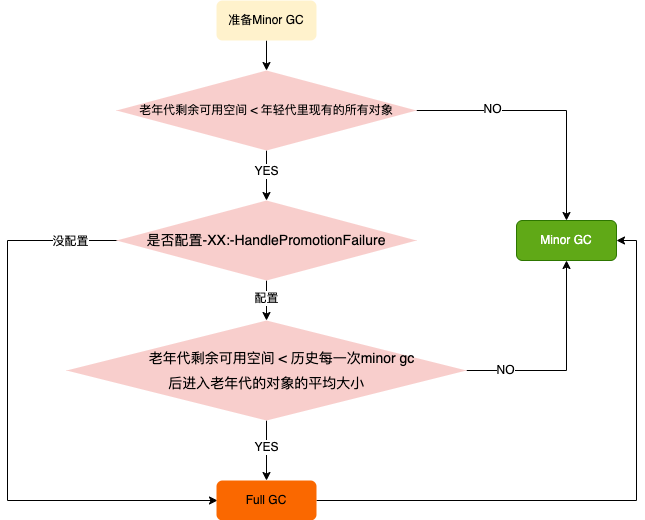
Above: java/jvm/JVM-老年代空间担保机制.drawio.png in lihongyiyi/tech-visuals (draw.io), before the change. Source tidied: cells renumbered, new cells last; positions are measured from the earlier drawing's top-left corner, leaving out a move shared by most shapes.
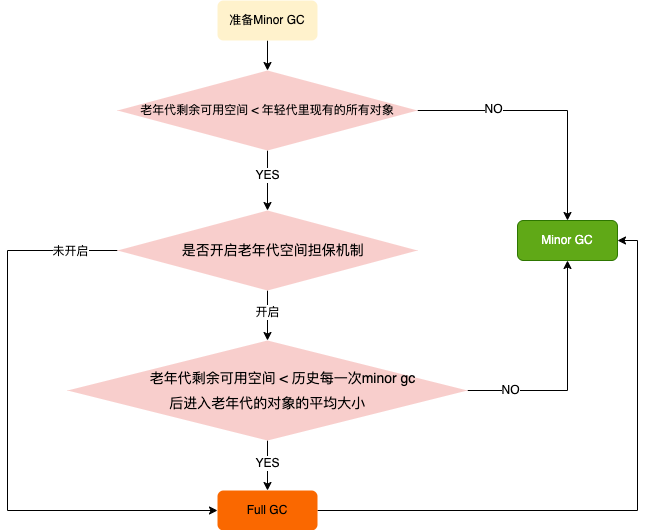
The same diagram one commit later.

Commit message:
更新JVM-老年代空间担保机制.drawio.png

Change to the diagram source:
```diff
@@ -26,26 +26,26 @@
     <mxCell id="9" style="edgeStyle=orthogonalEdgeStyle;rounded=0;jettySize=auto;html=1;" parent="1" edge="1" source="13" target="18">
       <mxGeometry relative="1" as="geometry" />
     </mxCell>
-    <mxCell id="10" value="配置" style="edgeLabel;html=1;align=center;verticalAlign=middle;" parent="9" vertex="1">
+    <mxCell id="10" value="开启" style="edgeLabel;html=1;align=center;verticalAlign=middle;" parent="9" vertex="1">
       <mxGeometry x="-0.15" y="-1" relative="1" as="geometry" />
     </mxCell>
     <mxCell id="11" style="edgeStyle=orthogonalEdgeStyle;rounded=0;orthogonalLoop=1;jettySize=auto;html=1;entryX=0;entryY=0.75;entryDx=0;entryDy=0;exitX=0;exitY=0.5;exitDx=0;exitDy=0;" parent="1" edge="1">
       <mxGeometry relative="1" as="geometry">
-        <mxPoint x="110" y="240" as="sourcePoint" />
-        <mxPoint x="210" y="500" as="targetPoint" />
+        <mxPoint x="109" y="250" as="sourcePoint" />
+        <mxPoint x="209" y="510" as="targetPoint" />
         <Array as="points">
-          <mxPoint y="240" />
-          <mxPoint y="500" />
+          <mxPoint x="-1" y="250" />
+          <mxPoint x="-1" y="510" />
         </Array>
       </mxGeometry>
     </mxCell>
-    <mxCell id="12" value="没配置" style="edgeLabel;html=1;align=center;verticalAlign=middle;" parent="11" vertex="1">
+    <mxCell id="12" value="未开启" style="edgeLabel;html=1;align=center;verticalAlign=middle;" parent="11" vertex="1">
       <mxGeometry x="-0.83" y="3" relative="1" as="geometry">
         <mxPoint y="-3" as="offset" />
       </mxGeometry>
     </mxCell>
-    <mxCell id="13" value="&lt;div style=&quot;line-height: 1.75; font-size: 14px; text-align: left;&quot;&gt;是否配置-XX:-HandlePromotionFailure&lt;/div&gt;" style="rhombus;whiteSpace=wrap;html=1;fillColor=#f8cecc;strokeColor=none;" parent="1" vertex="1">
-      <mxGeometry x="109" y="200" width="300" height="80" as="geometry" />
+    <mxCell id="13" value="&lt;div style=&quot;line-height: 1.75; font-size: 14px; text-align: left;&quot;&gt;&amp;nbsp; &amp;nbsp;是否开启老年代空间担保机制&lt;/div&gt;" style="rhombus;whiteSpace=wrap;html=1;fillColor=#f8cecc;strokeColor=none;" parent="1" vertex="1">
+      <mxGeometry x="109" y="210" width="300" height="80" as="geometry" />
     </mxCell>
     <mxCell id="14" style="edgeStyle=orthogonalEdgeStyle;rounded=0;jettySize=auto;html=1;" parent="1" edge="1" source="18" target="20">
       <mxGeometry relative="1" as="geometry" />
@@ -60,13 +60,13 @@
       <mxGeometry x="-0.64" y="1" relative="1" as="geometry" />
     </mxCell>
     <mxCell id="18" value="&lt;div style=&quot;line-height: 1.75; font-size: 14px; text-align: left;&quot;&gt;&amp;nbsp; &amp;nbsp; &amp;nbsp; &amp;nbsp; 老年代剩余可用空间 &amp;lt; 历史每一次minor gc&lt;/div&gt;&lt;div style=&quot;line-height: 1.75; text-align: left;&quot;&gt;&lt;span style=&quot;font-size: 14px;&quot;&gt;&amp;nbsp; &amp;nbsp; &amp;nbsp; &amp;nbsp; &amp;nbsp; &amp;nbsp; &amp;nbsp;后进入老年代的对&lt;/span&gt;&lt;font style=&quot;font-size: 14px;&quot;&gt;象的平均大小&lt;/font&gt;&lt;/div&gt;" style="rhombus;whiteSpace=wrap;html=1;fillColor=#f8cecc;strokeColor=none;" parent="1" vertex="1">
-      <mxGeometry x="59" y="320" width="400" height="100" as="geometry" />
+      <mxGeometry x="59" y="340" width="400" height="100" as="geometry" />
     </mxCell>
     <mxCell id="19" style="edgeStyle=orthogonalEdgeStyle;rounded=0;jettySize=auto;html=1;entryX=1;entryY=0.5;entryDx=0;entryDy=0;" parent="1" edge="1" source="20" target="21">
       <mxGeometry relative="1" as="geometry" />
     </mxCell>
     <mxCell id="20" value="Full GC" style="rounded=1;whiteSpace=wrap;html=1;fillColor=#fa6800;strokeColor=none;fontColor=#000000;" parent="1" vertex="1">
-      <mxGeometry x="209" y="480" width="100" height="40" as="geometry" />
+      <mxGeometry x="209" y="490" width="100" height="40" as="geometry" />
     </mxCell>
     <mxCell id="21" value="Minor GC" style="rounded=1;whiteSpace=wrap;html=1;fillColor=#60a917;strokeColor=#2D7600;fontColor=#ffffff;" parent="1" vertex="1">
       <mxGeometry x="509" y="220" width="100" height="40" as="geometry" />
```
